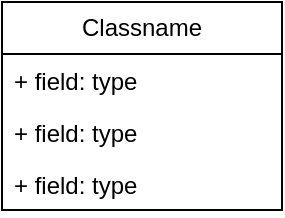
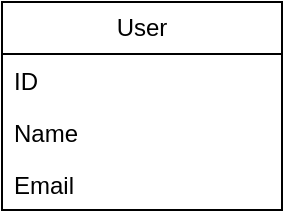
<mxfile host="app.diagrams.net" agent="Mozilla/5.0 (Macintosh; Intel Mac OS X 10_15_7) AppleWebKit/605.1.15 (KHTML, like Gecko) Version/26.2 Safari/605.1.15" version="29.6.4">
  <diagram name="Page-1" id="9UJmMtd8jPqIVRHSLT7q">
    <mxGraphModel dx="946" dy="642" grid="1" gridSize="10" guides="1" tooltips="1" connect="1" arrows="1" fold="1" page="1" pageScale="1" pageWidth="827" pageHeight="1169" math="0" shadow="0">
      <root>
        <mxCell id="0" />
        <mxCell id="1" parent="0" />
-         <mxCell id="j4pG7-vl0huJbFuu1q33-1" parent="1" style="swimlane;fontStyle=0;childLayout=stackLayout;horizontal=1;startSize=26;fillColor=none;horizontalStack=0;resizeParent=1;resizeParentMax=0;resizeLast=0;collapsible=1;marginBottom=0;whiteSpace=wrap;html=1;" value="Classname" vertex="1">
+         <mxCell id="j4pG7-vl0huJbFuu1q33-1" parent="1" style="swimlane;fontStyle=0;childLayout=stackLayout;horizontal=1;startSize=26;fillColor=none;horizontalStack=0;resizeParent=1;resizeParentMax=0;resizeLast=0;collapsible=1;marginBottom=0;whiteSpace=wrap;html=1;" value="User" vertex="1">
          <mxGeometry height="104" width="140" x="70" y="100" as="geometry" />
        </mxCell>
-         <mxCell id="j4pG7-vl0huJbFuu1q33-2" parent="j4pG7-vl0huJbFuu1q33-1" style="text;strokeColor=none;fillColor=none;align=left;verticalAlign=top;spacingLeft=4;spacingRight=4;overflow=hidden;rotatable=0;points=[[0,0.5],[1,0.5]];portConstraint=eastwest;whiteSpace=wrap;html=1;" value="+ field: type" vertex="1">
+         <mxCell id="j4pG7-vl0huJbFuu1q33-2" parent="j4pG7-vl0huJbFuu1q33-1" style="text;strokeColor=none;fillColor=none;align=left;verticalAlign=top;spacingLeft=4;spacingRight=4;overflow=hidden;rotatable=0;points=[[0,0.5],[1,0.5]];portConstraint=eastwest;whiteSpace=wrap;html=1;" value="ID" vertex="1">
          <mxGeometry height="26" width="140" y="26" as="geometry" />
        </mxCell>
-         <mxCell id="j4pG7-vl0huJbFuu1q33-3" parent="j4pG7-vl0huJbFuu1q33-1" style="text;strokeColor=none;fillColor=none;align=left;verticalAlign=top;spacingLeft=4;spacingRight=4;overflow=hidden;rotatable=0;points=[[0,0.5],[1,0.5]];portConstraint=eastwest;whiteSpace=wrap;html=1;" value="+ field: type" vertex="1">
+         <mxCell id="j4pG7-vl0huJbFuu1q33-3" parent="j4pG7-vl0huJbFuu1q33-1" style="text;strokeColor=none;fillColor=none;align=left;verticalAlign=top;spacingLeft=4;spacingRight=4;overflow=hidden;rotatable=0;points=[[0,0.5],[1,0.5]];portConstraint=eastwest;whiteSpace=wrap;html=1;" value="Name" vertex="1">
          <mxGeometry height="26" width="140" y="52" as="geometry" />
        </mxCell>
-         <mxCell id="j4pG7-vl0huJbFuu1q33-4" parent="j4pG7-vl0huJbFuu1q33-1" style="text;strokeColor=none;fillColor=none;align=left;verticalAlign=top;spacingLeft=4;spacingRight=4;overflow=hidden;rotatable=0;points=[[0,0.5],[1,0.5]];portConstraint=eastwest;whiteSpace=wrap;html=1;" value="+ field: type" vertex="1">
+         <mxCell id="j4pG7-vl0huJbFuu1q33-4" parent="j4pG7-vl0huJbFuu1q33-1" style="text;strokeColor=none;fillColor=none;align=left;verticalAlign=top;spacingLeft=4;spacingRight=4;overflow=hidden;rotatable=0;points=[[0,0.5],[1,0.5]];portConstraint=eastwest;whiteSpace=wrap;html=1;" value="Email" vertex="1">
          <mxGeometry height="26" width="140" y="78" as="geometry" />
        </mxCell>
      </root>
    </mxGraphModel>
  </diagram>
</mxfile>
